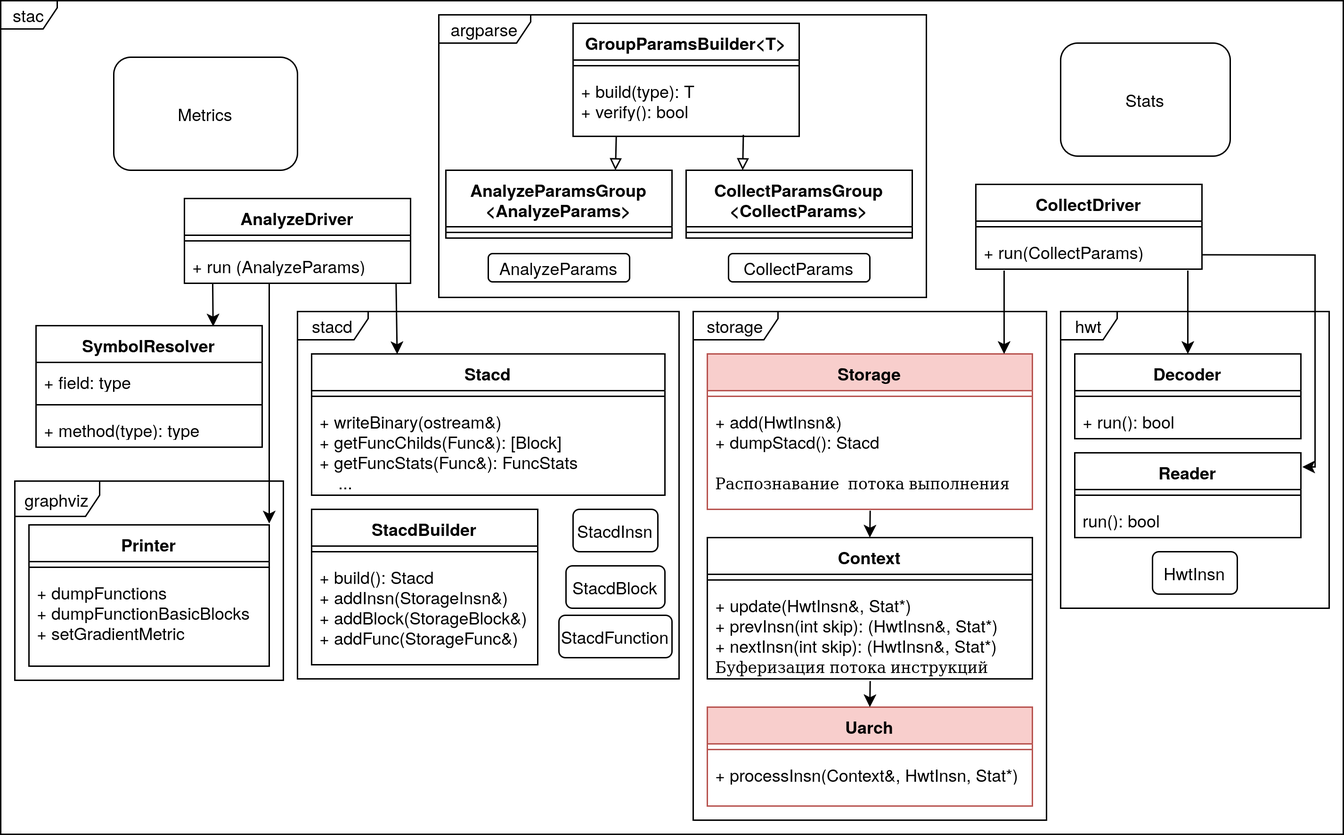
khaser/stac-slides keeps this draw.io diagram as images/stac_classes.png. Above is the earlier version. Source tidied: cells renumbered, new cells last; positions are measured from the earlier drawing's top-left corner, leaving out a move shared by most shapes.
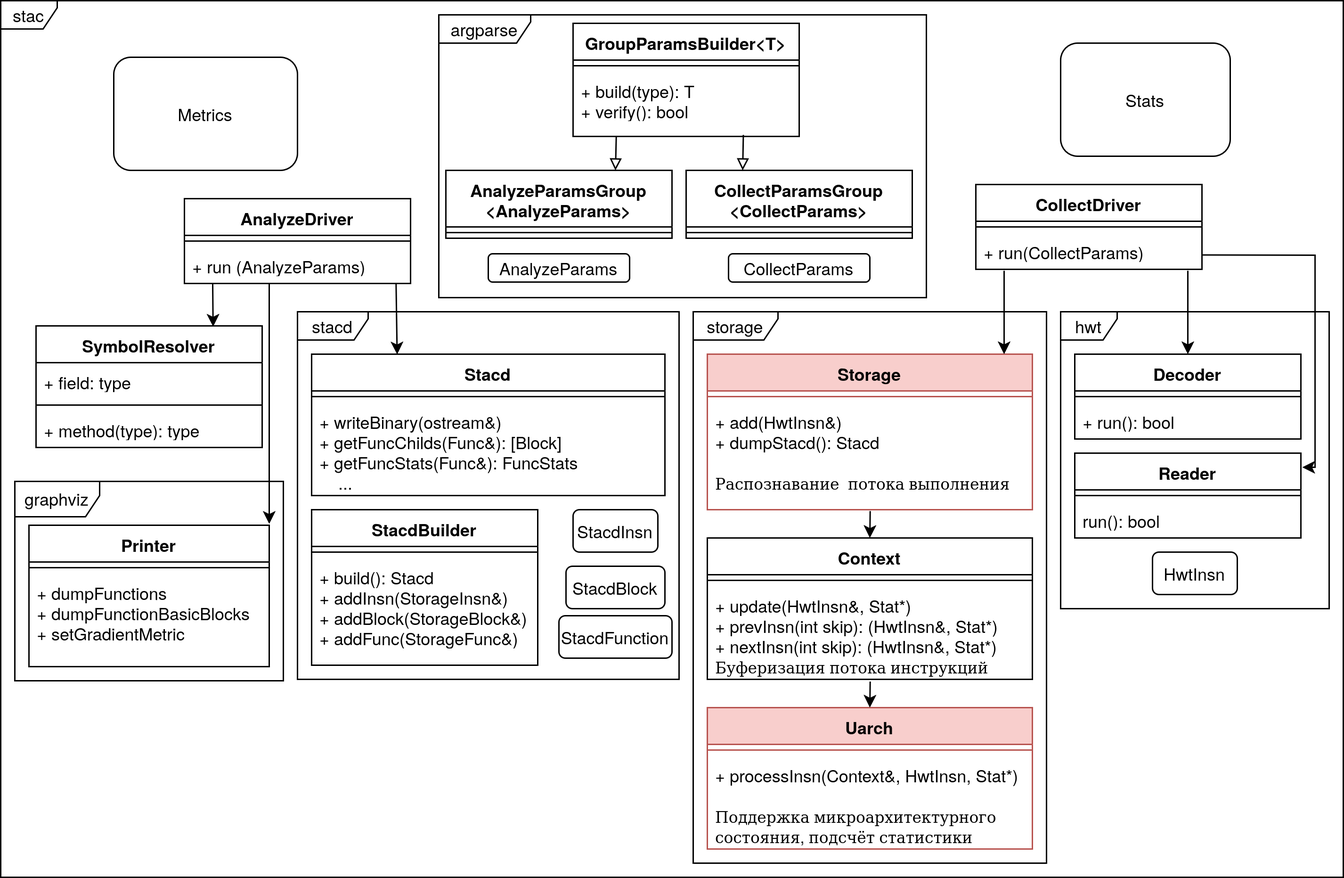
After the commit.

The edit, as a diff of the source:
```diff
@@ -3,7 +3,7 @@
     <mxCell id="0" />
     <mxCell id="1" parent="0" />
     <mxCell id="2" value="stac" style="shape=umlFrame;whiteSpace=wrap;html=1;width=40;height=20;" parent="1" vertex="1">
-      <mxGeometry width="950" height="590" as="geometry" />
+      <mxGeometry width="950" height="620" as="geometry" />
     </mxCell>
     <mxCell id="3" value="&lt;div&gt;SymbolResolver&lt;/div&gt;" style="swimlane;fontStyle=1;align=center;verticalAlign=top;horizontal=1;startSize=26;whiteSpace=wrap;html=1;" parent="1" vertex="1">
       <mxGeometry x="25" y="230" width="160" height="86" as="geometry" />
@@ -42,7 +42,7 @@
       <mxGeometry y="34" width="160" height="26" as="geometry" />
     </mxCell>
     <mxCell id="15" value="storage" style="shape=umlFrame;whiteSpace=wrap;html=1;width=60;height=20;" parent="1" vertex="1">
-      <mxGeometry x="490" y="220" width="250" height="360" as="geometry" />
+      <mxGeometry x="490" y="220" width="250" height="390" as="geometry" />
     </mxCell>
     <mxCell id="16" value="stacd" style="shape=umlFrame;whiteSpace=wrap;html=1;width=50;height=20;" parent="1" vertex="1">
       <mxGeometry x="210" y="220" width="270" height="260" as="geometry" />
@@ -84,13 +84,13 @@
       <mxGeometry y="34" width="230" height="66" as="geometry" />
     </mxCell>
     <mxCell id="29" value="Uarch" style="swimlane;fontStyle=1;align=center;verticalAlign=top;horizontal=1;startSize=26;whiteSpace=wrap;html=1;swimlaneFillColor=default;fillColor=#f8cecc;strokeColor=#b85450;shadow=0;rounded=0;glass=0;" parent="1" vertex="1">
-      <mxGeometry x="500" y="500" width="230" height="70" as="geometry" />
+      <mxGeometry x="500" y="500" width="230" height="100" as="geometry" />
     </mxCell>
     <mxCell id="30" style="line;strokeWidth=1;fillColor=none;align=left;verticalAlign=middle;spacingTop=-1;spacingLeft=3;spacingRight=3;labelPosition=right;strokeColor=inherit;" parent="29" vertex="1">
       <mxGeometry y="26" width="230" height="8" as="geometry" />
     </mxCell>
-    <mxCell id="31" value="+ processInsn(Context&amp;amp;, HwtInsn, Stat*)" style="text;strokeColor=none;fillColor=none;align=left;verticalAlign=top;spacingLeft=4;spacingRight=4;overflow=hidden;whiteSpace=wrap;html=1;" parent="29" vertex="1">
-      <mxGeometry y="34" width="230" height="36" as="geometry" />
+    <mxCell id="31" value="&lt;div&gt;+ processInsn(Context&amp;amp;, HwtInsn, Stat*)&lt;/div&gt;&lt;div&gt;&lt;br&gt;&lt;/div&gt;&lt;div&gt;&lt;font style=&quot;font-size: 11px;&quot;&gt;Поддержка микроархитектурного состояния, подсчёт статистики&lt;/font&gt;&lt;/div&gt;" style="text;strokeColor=none;fillColor=none;align=left;verticalAlign=top;spacingLeft=4;spacingRight=4;overflow=hidden;whiteSpace=wrap;html=1;" parent="29" vertex="1">
+      <mxGeometry y="34" width="230" height="66" as="geometry" />
     </mxCell>
     <mxCell id="32" value="Storage" style="swimlane;fontStyle=1;align=center;verticalAlign=top;horizontal=1;startSize=26;whiteSpace=wrap;html=1;fillColor=#f8cecc;strokeColor=#b85450;" parent="1" vertex="1">
       <mxGeometry x="500" y="250" width="230" height="110" as="geometry" />
```
